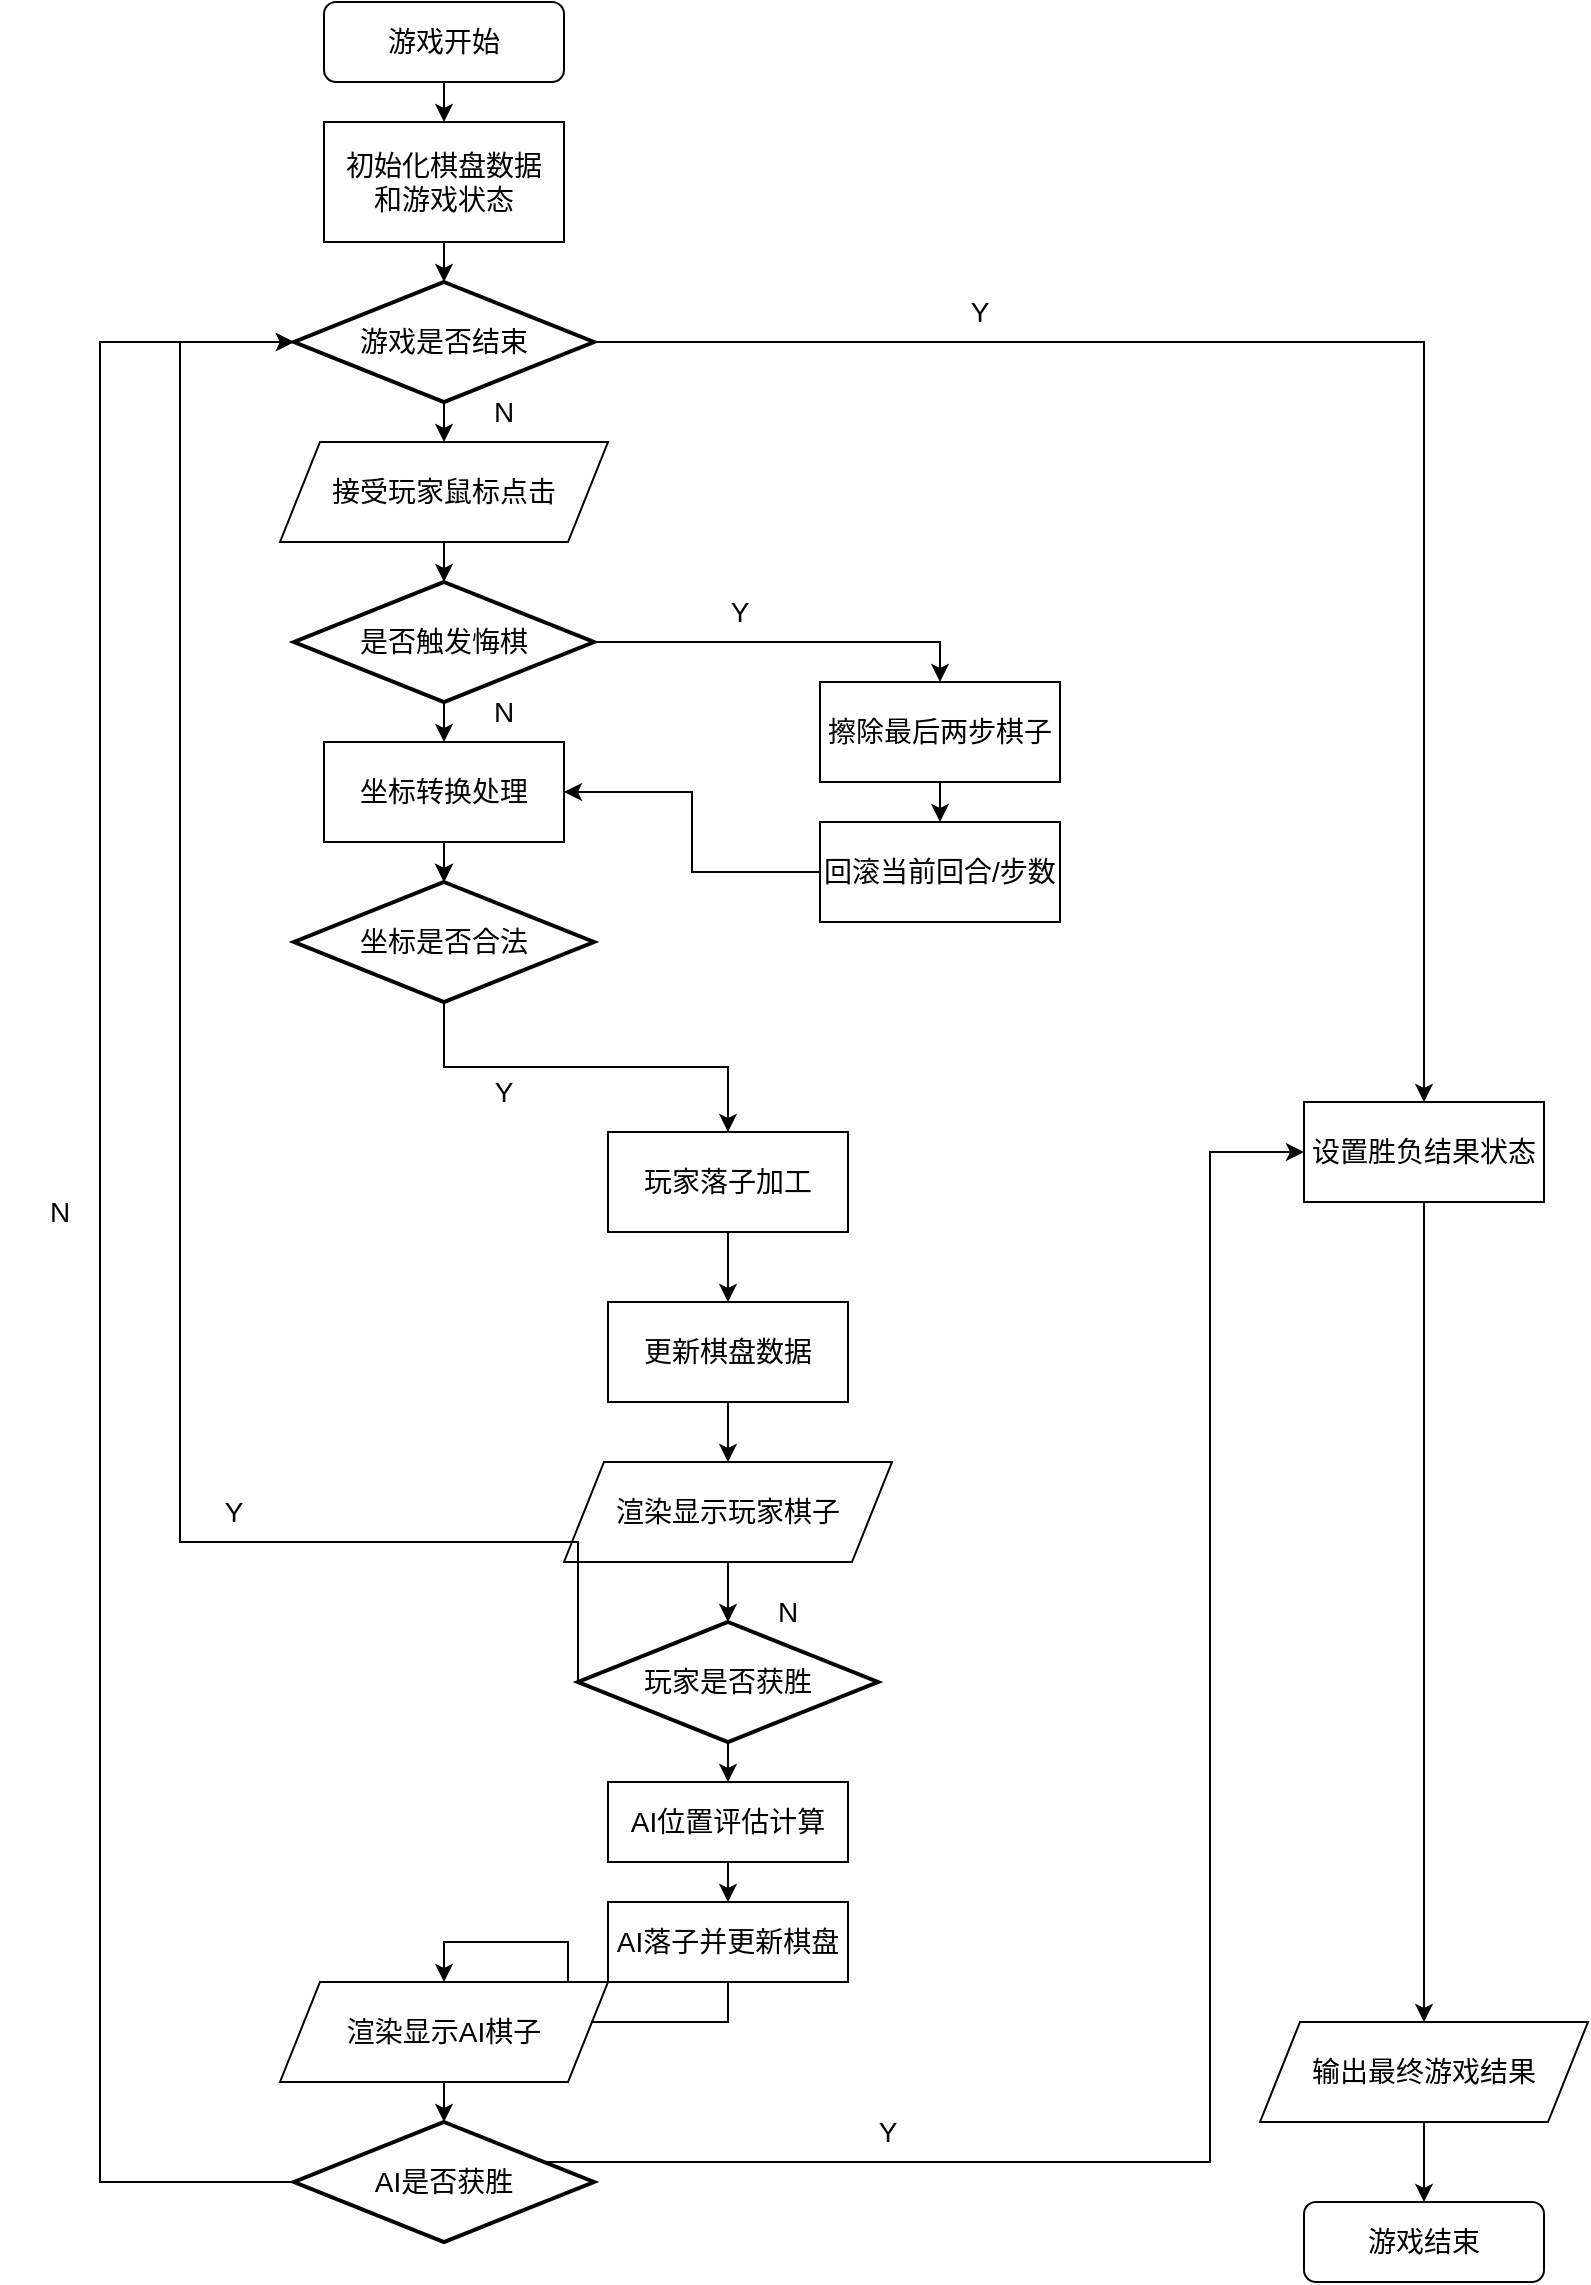
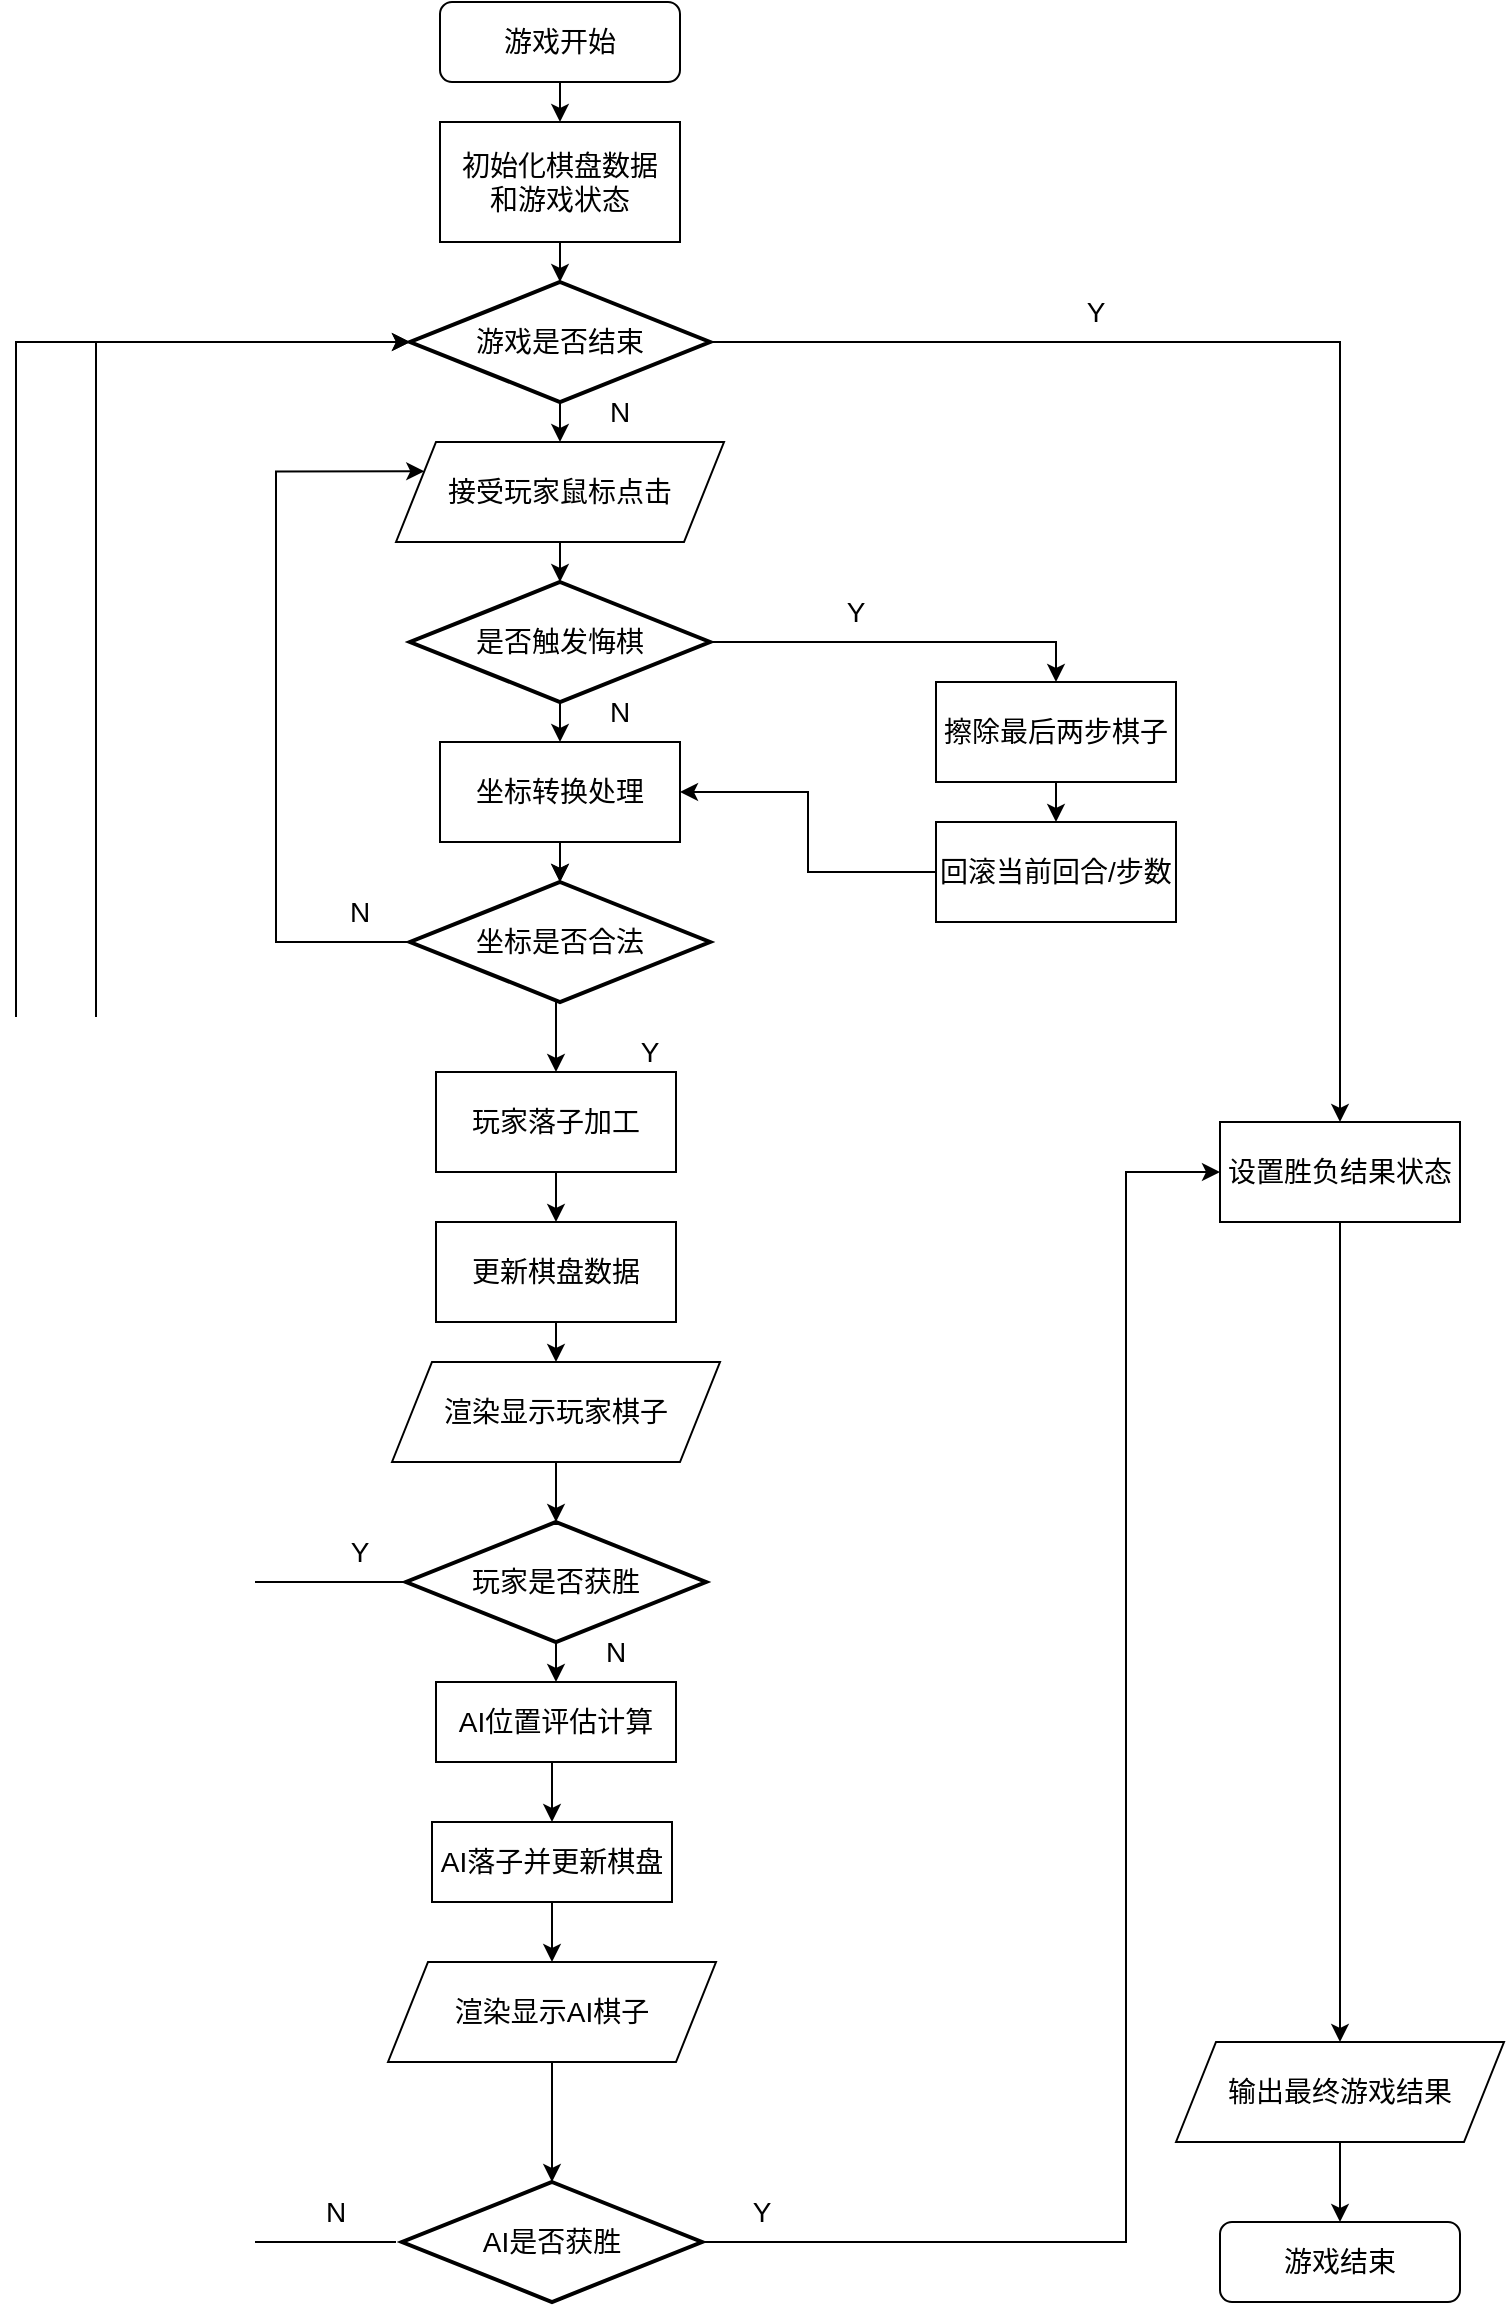
<mxfile host="app.diagrams.net">
  <diagram name="Page-1" id="Ut53iUmTTLsHKbGdxMO9">
    <mxGraphModel dx="2054" dy="1198" grid="1" gridSize="10" guides="1" tooltips="1" connect="1" arrows="1" fold="1" page="1" pageScale="1" pageWidth="827" pageHeight="1169" math="0" shadow="0">
      <root>
        <mxCell id="0" />
        <mxCell id="1" parent="0" />
        <mxCell id="LBzLqDpE-ghOYlSVNWWL-11" edge="1" parent="1" source="LBzLqDpE-ghOYlSVNWWL-4" style="edgeStyle=orthogonalEdgeStyle;rounded=0;orthogonalLoop=1;jettySize=auto;html=1;exitX=0.5;exitY=1;exitDx=0;exitDy=0;exitPerimeter=0;entryX=0.5;entryY=0;entryDx=0;entryDy=0;" target="LBzLqDpE-ghOYlSVNWWL-9">
          <mxGeometry relative="1" as="geometry" />
        </mxCell>
        <mxCell id="LBzLqDpE-ghOYlSVNWWL-51" edge="1" parent="1" source="LBzLqDpE-ghOYlSVNWWL-4" style="edgeStyle=orthogonalEdgeStyle;rounded=0;orthogonalLoop=1;jettySize=auto;html=1;exitX=1;exitY=0.5;exitDx=0;exitDy=0;exitPerimeter=0;entryX=0.5;entryY=0;entryDx=0;entryDy=0;" target="LBzLqDpE-ghOYlSVNWWL-45">
          <mxGeometry relative="1" as="geometry" />
        </mxCell>
        <mxCell id="LBzLqDpE-ghOYlSVNWWL-4" parent="1" style="strokeWidth=2;html=1;shape=mxgraph.flowchart.decision;whiteSpace=wrap;" value="&lt;font style=&quot;font-size: 14px;&quot;&gt;游戏是否结束&lt;/font&gt;" vertex="1">
-           <mxGeometry height="60" width="150" x="147" y="160" as="geometry" />
+           <mxGeometry height="60" width="150" x="247" y="150" as="geometry" />
        </mxCell>
        <mxCell id="LBzLqDpE-ghOYlSVNWWL-5" edge="1" parent="1" source="LBzLqDpE-ghOYlSVNWWL-6" style="edgeStyle=orthogonalEdgeStyle;rounded=0;orthogonalLoop=1;jettySize=auto;html=1;exitX=0.5;exitY=1;exitDx=0;exitDy=0;entryX=0.5;entryY=0;entryDx=0;entryDy=0;entryPerimeter=0;" target="LBzLqDpE-ghOYlSVNWWL-4">
          <mxGeometry relative="1" as="geometry">
-             <mxPoint x="342" y="210" as="sourcePoint" />
+             <mxPoint x="442" y="200" as="sourcePoint" />
          </mxGeometry>
        </mxCell>
        <mxCell id="LBzLqDpE-ghOYlSVNWWL-6" parent="1" style="rounded=0;whiteSpace=wrap;html=1;" value="&lt;font style=&quot;font-size: 14px;&quot;&gt;初始化棋盘数据&lt;/font&gt;&lt;div&gt;&lt;span style=&quot;font-size: 14px; background-color: transparent; color: light-dark(rgb(0, 0, 0), rgb(255, 255, 255));&quot;&gt;和游戏状态&lt;/span&gt;&lt;/div&gt;" vertex="1">
-           <mxGeometry height="60" width="120" x="162" y="80" as="geometry" />
+           <mxGeometry height="60" width="120" x="262" y="70" as="geometry" />
        </mxCell>
        <mxCell id="LBzLqDpE-ghOYlSVNWWL-8" edge="1" parent="1" source="LBzLqDpE-ghOYlSVNWWL-7" style="edgeStyle=orthogonalEdgeStyle;rounded=0;orthogonalLoop=1;jettySize=auto;html=1;exitX=0.5;exitY=1;exitDx=0;exitDy=0;entryX=0.5;entryY=0;entryDx=0;entryDy=0;" target="LBzLqDpE-ghOYlSVNWWL-6">
          <mxGeometry relative="1" as="geometry" />
        </mxCell>
        <mxCell id="LBzLqDpE-ghOYlSVNWWL-7" parent="1" style="rounded=1;whiteSpace=wrap;html=1;" value="&lt;font style=&quot;font-size: 14px;&quot;&gt;游戏开始&lt;/font&gt;" vertex="1">
-           <mxGeometry height="40" width="120" x="162" y="20" as="geometry" />
+           <mxGeometry height="40" width="120" x="262" y="10" as="geometry" />
        </mxCell>
        <mxCell id="LBzLqDpE-ghOYlSVNWWL-9" parent="1" style="shape=parallelogram;perimeter=parallelogramPerimeter;whiteSpace=wrap;html=1;fixedSize=1;" value="&lt;font style=&quot;font-size: 14px;&quot;&gt;接受玩家鼠标点击&lt;/font&gt;" vertex="1">
-           <mxGeometry height="50" width="164" x="140" y="240" as="geometry" />
+           <mxGeometry height="50" width="164" x="240" y="230" as="geometry" />
        </mxCell>
        <mxCell id="LBzLqDpE-ghOYlSVNWWL-12" parent="1" style="text;html=1;whiteSpace=wrap;strokeColor=none;fillColor=none;align=center;verticalAlign=middle;rounded=0;" value="&lt;font style=&quot;font-size: 14px;&quot;&gt;N&lt;/font&gt;" vertex="1">
-           <mxGeometry height="30" width="60" x="222" y="210" as="geometry" />
+           <mxGeometry height="30" width="60" x="322" y="200" as="geometry" />
        </mxCell>
        <mxCell id="LBzLqDpE-ghOYlSVNWWL-16" edge="1" parent="1" source="LBzLqDpE-ghOYlSVNWWL-13" style="edgeStyle=orthogonalEdgeStyle;rounded=0;orthogonalLoop=1;jettySize=auto;html=1;exitX=0.5;exitY=1;exitDx=0;exitDy=0;exitPerimeter=0;entryX=0.5;entryY=0;entryDx=0;entryDy=0;" target="LBzLqDpE-ghOYlSVNWWL-15">
          <mxGeometry relative="1" as="geometry" />
        </mxCell>
        <mxCell id="LBzLqDpE-ghOYlSVNWWL-47" edge="1" parent="1" source="LBzLqDpE-ghOYlSVNWWL-13" style="edgeStyle=orthogonalEdgeStyle;rounded=0;orthogonalLoop=1;jettySize=auto;html=1;exitX=1;exitY=0.5;exitDx=0;exitDy=0;exitPerimeter=0;entryX=0.5;entryY=0;entryDx=0;entryDy=0;" target="LBzLqDpE-ghOYlSVNWWL-46">
          <mxGeometry relative="1" as="geometry" />
        </mxCell>
        <mxCell id="LBzLqDpE-ghOYlSVNWWL-13" parent="1" style="strokeWidth=2;html=1;shape=mxgraph.flowchart.decision;whiteSpace=wrap;" value="&lt;font style=&quot;font-size: 14px;&quot;&gt;是否触发悔棋&lt;/font&gt;" vertex="1">
-           <mxGeometry height="60" width="150" x="147" y="310" as="geometry" />
+           <mxGeometry height="60" width="150" x="247" y="300" as="geometry" />
        </mxCell>
        <mxCell id="LBzLqDpE-ghOYlSVNWWL-14" edge="1" parent="1" source="LBzLqDpE-ghOYlSVNWWL-9" style="edgeStyle=orthogonalEdgeStyle;rounded=0;orthogonalLoop=1;jettySize=auto;html=1;exitX=0.5;exitY=1;exitDx=0;exitDy=0;entryX=0.5;entryY=0;entryDx=0;entryDy=0;entryPerimeter=0;" target="LBzLqDpE-ghOYlSVNWWL-13">
          <mxGeometry relative="1" as="geometry" />
        </mxCell>
-         <mxCell id="LBzLqDpE-ghOYlSVNWWL-28" edge="1" parent="1" source="LBzLqDpE-ghOYlSVNWWL-15" style="edgeStyle=orthogonalEdgeStyle;rounded=0;orthogonalLoop=1;jettySize=auto;html=1;entryX=0.5;entryY=0;entryDx=0;entryDy=0;entryPerimeter=0;" target="LBzLqDpE-ghOYlSVNWWL-18" value="">
-           <mxGeometry relative="1" as="geometry" />
+         <mxCell id="LBzLqDpE-ghOYlSVNWWL-28" edge="1" parent="1" source="LBzLqDpE-ghOYlSVNWWL-15" style="edgeStyle=orthogonalEdgeStyle;rounded=0;orthogonalLoop=1;jettySize=auto;html=1;entryX=0.5;entryY=0;entryDx=0;entryDy=0;entryPerimeter=0;" value="">
+           <mxGeometry relative="1" as="geometry">
+             <mxPoint x="322" y="450" as="targetPoint" />
+           </mxGeometry>
        </mxCell>
        <mxCell id="LBzLqDpE-ghOYlSVNWWL-15" parent="1" style="rounded=0;whiteSpace=wrap;html=1;" value="&lt;font style=&quot;font-size: 14px;&quot;&gt;坐标转换处理&lt;/font&gt;" vertex="1">
-           <mxGeometry height="50" width="120" x="162" y="390" as="geometry" />
+           <mxGeometry height="50" width="120" x="262" y="380" as="geometry" />
        </mxCell>
        <mxCell id="LBzLqDpE-ghOYlSVNWWL-17" parent="1" style="text;html=1;whiteSpace=wrap;strokeColor=none;fillColor=none;align=center;verticalAlign=middle;rounded=0;" value="&lt;font style=&quot;font-size: 14px;&quot;&gt;N&lt;/font&gt;" vertex="1">
-           <mxGeometry height="30" width="60" x="222" y="360" as="geometry" />
-         </mxCell>
-         <mxCell id="LBzLqDpE-ghOYlSVNWWL-22" edge="1" parent="1" source="LBzLqDpE-ghOYlSVNWWL-18" style="edgeStyle=orthogonalEdgeStyle;rounded=0;orthogonalLoop=1;jettySize=auto;html=1;exitX=0.5;exitY=1;exitDx=0;exitDy=0;exitPerimeter=0;entryX=0.5;entryY=0;entryDx=0;entryDy=0;" target="LBzLqDpE-ghOYlSVNWWL-21">
-           <mxGeometry relative="1" as="geometry" />
+           <mxGeometry height="30" width="60" x="322" y="350" as="geometry" />
+         </mxCell>
+         <mxCell id="LBzLqDpE-ghOYlSVNWWL-22" edge="1" parent="1" source="LBzLqDpE-ghOYlSVNWWL-18" style="rounded=0;orthogonalLoop=1;jettySize=auto;html=1;exitX=0.5;exitY=1;exitDx=0;exitDy=0;exitPerimeter=0;entryX=0.5;entryY=0;entryDx=0;entryDy=0;edgeStyle=orthogonalEdgeStyle;" target="LBzLqDpE-ghOYlSVNWWL-21">
+           <mxGeometry relative="1" as="geometry" />
+         </mxCell>
+         <mxCell id="LBzLqDpE-ghOYlSVNWWL-72" edge="1" parent="1" source="LBzLqDpE-ghOYlSVNWWL-18" style="edgeStyle=orthogonalEdgeStyle;rounded=0;orthogonalLoop=1;jettySize=auto;html=1;exitX=0;exitY=0.5;exitDx=0;exitDy=0;exitPerimeter=0;entryX=0;entryY=0.25;entryDx=0;entryDy=0;" target="LBzLqDpE-ghOYlSVNWWL-9">
+           <mxGeometry relative="1" as="geometry">
+             <Array as="points">
+               <mxPoint x="180" y="480" />
+               <mxPoint x="180" y="245" />
+             </Array>
+             <mxPoint x="200" y="535" as="targetPoint" />
+           </mxGeometry>
        </mxCell>
        <mxCell id="LBzLqDpE-ghOYlSVNWWL-18" parent="1" style="strokeWidth=2;html=1;shape=mxgraph.flowchart.decision;whiteSpace=wrap;" value="&lt;font style=&quot;font-size: 14px;&quot;&gt;坐标是否合法&lt;/font&gt;" vertex="1">
-           <mxGeometry height="60" width="150" x="147" y="460" as="geometry" />
-         </mxCell>
-         <mxCell id="LBzLqDpE-ghOYlSVNWWL-20" edge="1" parent="1" source="LBzLqDpE-ghOYlSVNWWL-15" style="edgeStyle=orthogonalEdgeStyle;rounded=0;orthogonalLoop=1;jettySize=auto;html=1;exitX=0.5;exitY=1;exitDx=0;exitDy=0;entryX=0.5;entryY=0;entryDx=0;entryDy=0;entryPerimeter=0;" target="LBzLqDpE-ghOYlSVNWWL-18">
-           <mxGeometry relative="1" as="geometry" />
+           <mxGeometry height="60" width="150" x="247" y="450" as="geometry" />
+         </mxCell>
+         <mxCell id="LBzLqDpE-ghOYlSVNWWL-20" edge="1" parent="1" source="LBzLqDpE-ghOYlSVNWWL-15" style="edgeStyle=orthogonalEdgeStyle;rounded=0;orthogonalLoop=1;jettySize=auto;html=1;exitX=0.5;exitY=1;exitDx=0;exitDy=0;entryX=0.5;entryY=0;entryDx=0;entryDy=0;entryPerimeter=0;">
+           <mxGeometry relative="1" as="geometry">
+             <mxPoint x="322" y="450" as="targetPoint" />
+           </mxGeometry>
        </mxCell>
        <mxCell id="LBzLqDpE-ghOYlSVNWWL-25" edge="1" parent="1" source="LBzLqDpE-ghOYlSVNWWL-21" style="edgeStyle=orthogonalEdgeStyle;rounded=0;orthogonalLoop=1;jettySize=auto;html=1;exitX=0.5;exitY=1;exitDx=0;exitDy=0;entryX=0.5;entryY=0;entryDx=0;entryDy=0;" target="LBzLqDpE-ghOYlSVNWWL-24">
          <mxGeometry relative="1" as="geometry" />
        </mxCell>
        <mxCell id="LBzLqDpE-ghOYlSVNWWL-21" parent="1" style="rounded=0;whiteSpace=wrap;html=1;" value="&lt;font style=&quot;font-size: 14px;&quot;&gt;玩家落子加工&lt;/font&gt;" vertex="1">
-           <mxGeometry height="50" width="120" x="304" y="585" as="geometry" />
+           <mxGeometry height="50" width="120" x="260" y="545" as="geometry" />
        </mxCell>
        <mxCell id="LBzLqDpE-ghOYlSVNWWL-23" parent="1" style="text;html=1;whiteSpace=wrap;strokeColor=none;fillColor=none;align=center;verticalAlign=middle;rounded=0;" value="&lt;font style=&quot;font-size: 14px;&quot;&gt;Y&lt;/font&gt;" vertex="1">
-           <mxGeometry height="30" width="60" x="222" y="550" as="geometry" />
+           <mxGeometry height="30" width="60" x="337" y="520" as="geometry" />
        </mxCell>
        <mxCell id="LBzLqDpE-ghOYlSVNWWL-27" edge="1" parent="1" source="LBzLqDpE-ghOYlSVNWWL-24" style="edgeStyle=orthogonalEdgeStyle;rounded=0;orthogonalLoop=1;jettySize=auto;html=1;exitX=0.5;exitY=1;exitDx=0;exitDy=0;entryX=0.5;entryY=0;entryDx=0;entryDy=0;" target="LBzLqDpE-ghOYlSVNWWL-26">
          <mxGeometry relative="1" as="geometry" />
        </mxCell>
        <mxCell id="LBzLqDpE-ghOYlSVNWWL-24" parent="1" style="rounded=0;whiteSpace=wrap;html=1;" value="&lt;font style=&quot;font-size: 14px;&quot;&gt;更新棋盘数据&lt;/font&gt;" vertex="1">
-           <mxGeometry height="50" width="120" x="304" y="670" as="geometry" />
+           <mxGeometry height="50" width="120" x="260" y="620" as="geometry" />
        </mxCell>
        <mxCell id="LBzLqDpE-ghOYlSVNWWL-26" parent="1" style="shape=parallelogram;perimeter=parallelogramPerimeter;whiteSpace=wrap;html=1;fixedSize=1;" value="&lt;font style=&quot;font-size: 14px;&quot;&gt;渲染显示玩家棋子&lt;/font&gt;" vertex="1">
-           <mxGeometry height="50" width="164" x="282" y="750" as="geometry" />
+           <mxGeometry height="50" width="164" x="238" y="690" as="geometry" />
        </mxCell>
        <mxCell id="LBzLqDpE-ghOYlSVNWWL-33" edge="1" parent="1" source="LBzLqDpE-ghOYlSVNWWL-30" style="edgeStyle=orthogonalEdgeStyle;rounded=0;orthogonalLoop=1;jettySize=auto;html=1;exitX=0.5;exitY=1;exitDx=0;exitDy=0;exitPerimeter=0;entryX=0.5;entryY=0;entryDx=0;entryDy=0;" target="LBzLqDpE-ghOYlSVNWWL-32">
          <mxGeometry relative="1" as="geometry" />
        </mxCell>
        <mxCell id="LBzLqDpE-ghOYlSVNWWL-30" parent="1" style="strokeWidth=2;html=1;shape=mxgraph.flowchart.decision;whiteSpace=wrap;" value="&lt;font style=&quot;font-size: 14px;&quot;&gt;玩家是否获胜&lt;/font&gt;" vertex="1">
-           <mxGeometry height="60" width="150" x="289" y="830" as="geometry" />
+           <mxGeometry height="60" width="150" x="245" y="770" as="geometry" />
        </mxCell>
        <mxCell id="LBzLqDpE-ghOYlSVNWWL-31" edge="1" parent="1" source="LBzLqDpE-ghOYlSVNWWL-26" style="edgeStyle=orthogonalEdgeStyle;rounded=0;orthogonalLoop=1;jettySize=auto;html=1;exitX=0.5;exitY=1;exitDx=0;exitDy=0;entryX=0.5;entryY=0;entryDx=0;entryDy=0;entryPerimeter=0;" target="LBzLqDpE-ghOYlSVNWWL-30">
          <mxGeometry relative="1" as="geometry" />
        </mxCell>
        <mxCell id="LBzLqDpE-ghOYlSVNWWL-37" edge="1" parent="1" source="LBzLqDpE-ghOYlSVNWWL-32" style="edgeStyle=orthogonalEdgeStyle;rounded=0;orthogonalLoop=1;jettySize=auto;html=1;exitX=0.5;exitY=1;exitDx=0;exitDy=0;entryX=0.5;entryY=0;entryDx=0;entryDy=0;" target="LBzLqDpE-ghOYlSVNWWL-35">
          <mxGeometry relative="1" as="geometry" />
        </mxCell>
        <mxCell id="LBzLqDpE-ghOYlSVNWWL-32" parent="1" style="rounded=0;whiteSpace=wrap;html=1;" value="&lt;font style=&quot;font-size: 14px;&quot;&gt;AI位置评估计算&lt;/font&gt;" vertex="1">
-           <mxGeometry height="40" width="120" x="304" y="910" as="geometry" />
+           <mxGeometry height="40" width="120" x="260" y="850" as="geometry" />
        </mxCell>
        <mxCell id="LBzLqDpE-ghOYlSVNWWL-34" parent="1" style="text;html=1;whiteSpace=wrap;strokeColor=none;fillColor=none;align=center;verticalAlign=middle;rounded=0;" value="&lt;font style=&quot;font-size: 14px;&quot;&gt;N&lt;/font&gt;" vertex="1">
-           <mxGeometry height="30" width="60" x="364" y="810" as="geometry" />
+           <mxGeometry height="30" width="60" x="320" y="820" as="geometry" />
        </mxCell>
        <mxCell id="LBzLqDpE-ghOYlSVNWWL-39" edge="1" parent="1" source="LBzLqDpE-ghOYlSVNWWL-35" style="edgeStyle=orthogonalEdgeStyle;rounded=0;orthogonalLoop=1;jettySize=auto;html=1;exitX=0.5;exitY=1;exitDx=0;exitDy=0;entryX=0.5;entryY=0;entryDx=0;entryDy=0;" target="LBzLqDpE-ghOYlSVNWWL-38">
          <mxGeometry relative="1" as="geometry" />
        </mxCell>
        <mxCell id="LBzLqDpE-ghOYlSVNWWL-35" parent="1" style="rounded=0;whiteSpace=wrap;html=1;" value="&lt;font style=&quot;font-size: 14px;&quot;&gt;AI落子并更新棋盘&lt;/font&gt;" vertex="1">
-           <mxGeometry height="40" width="120" x="304" y="970" as="geometry" />
+           <mxGeometry height="40" width="120" x="258" y="920" as="geometry" />
        </mxCell>
        <mxCell id="LBzLqDpE-ghOYlSVNWWL-38" parent="1" style="shape=parallelogram;perimeter=parallelogramPerimeter;whiteSpace=wrap;html=1;fixedSize=1;" value="&lt;font style=&quot;font-size: 14px;&quot;&gt;渲染显示AI棋子&lt;/font&gt;" vertex="1">
-           <mxGeometry height="50" width="164" x="140" y="1010" as="geometry" />
-         </mxCell>
-         <mxCell id="LBzLqDpE-ghOYlSVNWWL-68" edge="1" parent="1" style="edgeStyle=orthogonalEdgeStyle;rounded=0;orthogonalLoop=1;jettySize=auto;html=1;exitX=1;exitY=0.5;exitDx=0;exitDy=0;exitPerimeter=0;entryX=0;entryY=0.5;entryDx=0;entryDy=0;" target="LBzLqDpE-ghOYlSVNWWL-45">
-           <mxGeometry relative="1" as="geometry">
-             <Array as="points">
-               <mxPoint x="605" y="1100" />
+           <mxGeometry height="50" width="164" x="236" y="990" as="geometry" />
+         </mxCell>
+         <mxCell id="LBzLqDpE-ghOYlSVNWWL-68" edge="1" parent="1" source="LBzLqDpE-ghOYlSVNWWL-40" style="edgeStyle=orthogonalEdgeStyle;rounded=0;orthogonalLoop=1;jettySize=auto;html=1;exitX=1;exitY=0.5;exitDx=0;exitDy=0;exitPerimeter=0;entryX=0;entryY=0.5;entryDx=0;entryDy=0;" target="LBzLqDpE-ghOYlSVNWWL-45">
+           <mxGeometry relative="1" as="geometry">
+             <Array as="points">
+               <mxPoint x="605" y="1130" />
              <mxPoint x="605" y="595" />
            </Array>
            <mxPoint x="250" y="1100" as="sourcePoint" />
            <mxPoint x="605" y="585" as="targetPoint" />
          </mxGeometry>
        </mxCell>
        <mxCell id="LBzLqDpE-ghOYlSVNWWL-40" parent="1" style="strokeWidth=2;html=1;shape=mxgraph.flowchart.decision;whiteSpace=wrap;" value="&lt;font style=&quot;font-size: 14px;&quot;&gt;AI是否获胜&lt;/font&gt;" vertex="1">
-           <mxGeometry height="60" width="150" x="147" y="1080" as="geometry" />
+           <mxGeometry height="60" width="150" x="243" y="1100" as="geometry" />
        </mxCell>
        <mxCell id="LBzLqDpE-ghOYlSVNWWL-41" edge="1" parent="1" source="LBzLqDpE-ghOYlSVNWWL-38" style="edgeStyle=orthogonalEdgeStyle;rounded=0;orthogonalLoop=1;jettySize=auto;html=1;exitX=0.5;exitY=1;exitDx=0;exitDy=0;entryX=0.5;entryY=0;entryDx=0;entryDy=0;entryPerimeter=0;" target="LBzLqDpE-ghOYlSVNWWL-40">
          <mxGeometry relative="1" as="geometry" />
        </mxCell>
        <mxCell id="LBzLqDpE-ghOYlSVNWWL-55" edge="1" parent="1" source="LBzLqDpE-ghOYlSVNWWL-42" style="edgeStyle=orthogonalEdgeStyle;rounded=0;orthogonalLoop=1;jettySize=auto;html=1;exitX=0.5;exitY=1;exitDx=0;exitDy=0;entryX=0.5;entryY=0;entryDx=0;entryDy=0;" target="LBzLqDpE-ghOYlSVNWWL-43">
          <mxGeometry relative="1" as="geometry" />
        </mxCell>
        <mxCell id="LBzLqDpE-ghOYlSVNWWL-42" parent="1" style="shape=parallelogram;perimeter=parallelogramPerimeter;whiteSpace=wrap;html=1;fixedSize=1;" value="&lt;font style=&quot;font-size: 14px;&quot;&gt;输出最终游戏结果&lt;/font&gt;" vertex="1">
          <mxGeometry height="50" width="164" x="630" y="1030" as="geometry" />
        </mxCell>
        <mxCell id="LBzLqDpE-ghOYlSVNWWL-43" parent="1" style="rounded=1;whiteSpace=wrap;html=1;" value="&lt;font style=&quot;font-size: 14px;&quot;&gt;游戏结束&lt;/font&gt;" vertex="1">
          <mxGeometry height="40" width="120" x="652" y="1120" as="geometry" />
        </mxCell>
        <mxCell id="LBzLqDpE-ghOYlSVNWWL-54" edge="1" parent="1" source="LBzLqDpE-ghOYlSVNWWL-45" style="edgeStyle=orthogonalEdgeStyle;rounded=0;orthogonalLoop=1;jettySize=auto;html=1;exitX=0.5;exitY=1;exitDx=0;exitDy=0;entryX=0.5;entryY=0;entryDx=0;entryDy=0;" target="LBzLqDpE-ghOYlSVNWWL-42">
          <mxGeometry relative="1" as="geometry" />
        </mxCell>
        <mxCell id="LBzLqDpE-ghOYlSVNWWL-45" parent="1" style="rounded=0;whiteSpace=wrap;html=1;" value="&lt;font style=&quot;font-size: 14px;&quot;&gt;设置胜负结果状态&lt;/font&gt;" vertex="1">
          <mxGeometry height="50" width="120" x="652" y="570" as="geometry" />
        </mxCell>
        <mxCell id="LBzLqDpE-ghOYlSVNWWL-53" edge="1" parent="1" source="LBzLqDpE-ghOYlSVNWWL-46" style="edgeStyle=orthogonalEdgeStyle;rounded=0;orthogonalLoop=1;jettySize=auto;html=1;exitX=0.5;exitY=1;exitDx=0;exitDy=0;entryX=0.5;entryY=0;entryDx=0;entryDy=0;" target="LBzLqDpE-ghOYlSVNWWL-50">
          <mxGeometry relative="1" as="geometry" />
        </mxCell>
        <mxCell id="LBzLqDpE-ghOYlSVNWWL-46" parent="1" style="rounded=0;whiteSpace=wrap;html=1;" value="&lt;font style=&quot;font-size: 14px;&quot;&gt;擦除最后两步棋子&lt;/font&gt;" vertex="1">
-           <mxGeometry height="50" width="120" x="410" y="360" as="geometry" />
+           <mxGeometry height="50" width="120" x="510" y="350" as="geometry" />
        </mxCell>
        <mxCell id="LBzLqDpE-ghOYlSVNWWL-48" parent="1" style="text;html=1;whiteSpace=wrap;strokeColor=none;fillColor=none;align=center;verticalAlign=middle;rounded=0;" value="&lt;font style=&quot;font-size: 14px;&quot;&gt;Y&lt;/font&gt;" vertex="1">
-           <mxGeometry height="30" width="60" x="340" y="310" as="geometry" />
+           <mxGeometry height="30" width="60" x="440" y="300" as="geometry" />
        </mxCell>
        <mxCell id="LBzLqDpE-ghOYlSVNWWL-64" edge="1" parent="1" source="LBzLqDpE-ghOYlSVNWWL-50" style="edgeStyle=orthogonalEdgeStyle;rounded=0;orthogonalLoop=1;jettySize=auto;html=1;exitX=0;exitY=0.5;exitDx=0;exitDy=0;entryX=1;entryY=0.5;entryDx=0;entryDy=0;" target="LBzLqDpE-ghOYlSVNWWL-15">
          <mxGeometry relative="1" as="geometry" />
        </mxCell>
        <mxCell id="LBzLqDpE-ghOYlSVNWWL-50" parent="1" style="rounded=0;whiteSpace=wrap;html=1;" value="&lt;font style=&quot;font-size: 14px;&quot;&gt;回滚当前回合/步数&lt;/font&gt;" vertex="1">
-           <mxGeometry height="50" width="120" x="410" y="430" as="geometry" />
+           <mxGeometry height="50" width="120" x="510" y="420" as="geometry" />
        </mxCell>
        <mxCell id="LBzLqDpE-ghOYlSVNWWL-52" parent="1" style="text;html=1;whiteSpace=wrap;strokeColor=none;fillColor=none;align=center;verticalAlign=middle;rounded=0;" value="&lt;font style=&quot;font-size: 14px;&quot;&gt;Y&lt;/font&gt;" vertex="1">
-           <mxGeometry height="30" width="60" x="460" y="160" as="geometry" />
-         </mxCell>
-         <mxCell id="LBzLqDpE-ghOYlSVNWWL-57" edge="1" parent="1" source="LBzLqDpE-ghOYlSVNWWL-40" style="edgeStyle=orthogonalEdgeStyle;rounded=0;orthogonalLoop=1;jettySize=auto;html=1;entryX=0;entryY=0.5;entryDx=0;entryDy=0;entryPerimeter=0;exitX=0;exitY=0.5;exitDx=0;exitDy=0;exitPerimeter=0;" target="LBzLqDpE-ghOYlSVNWWL-4">
-           <mxGeometry relative="1" as="geometry">
-             <Array as="points">
-               <mxPoint x="50" y="1110" />
-               <mxPoint x="50" y="190" />
+           <mxGeometry height="30" width="60" x="560" y="150" as="geometry" />
+         </mxCell>
+         <mxCell id="LBzLqDpE-ghOYlSVNWWL-57" edge="1" parent="1" source="LBzLqDpE-ghOYlSVNWWL-58" style="edgeStyle=orthogonalEdgeStyle;rounded=0;orthogonalLoop=1;jettySize=auto;html=1;entryX=0;entryY=0.5;entryDx=0;entryDy=0;entryPerimeter=0;exitX=1;exitY=1;exitDx=0;exitDy=0;" target="LBzLqDpE-ghOYlSVNWWL-4">
+           <mxGeometry relative="1" as="geometry">
+             <Array as="points">
+               <mxPoint x="50" y="1130" />
+               <mxPoint x="50" y="180" />
            </Array>
            <mxPoint x="150" y="1060" as="sourcePoint" />
            <mxPoint x="127" y="190" as="targetPoint" />
          </mxGeometry>
        </mxCell>
+         <mxCell id="LBzLqDpE-ghOYlSVNWWL-60" parent="1" style="text;html=1;whiteSpace=wrap;strokeColor=none;fillColor=none;align=center;verticalAlign=middle;rounded=0;" value="&lt;font style=&quot;font-size: 14px;&quot;&gt;Y&lt;/font&gt;" vertex="1">
+           <mxGeometry height="30" width="60" x="393" y="1100" as="geometry" />
+         </mxCell>
+         <mxCell id="LBzLqDpE-ghOYlSVNWWL-62" edge="1" parent="1" source="LBzLqDpE-ghOYlSVNWWL-30" style="edgeStyle=orthogonalEdgeStyle;rounded=0;orthogonalLoop=1;jettySize=auto;html=1;exitX=0;exitY=0.5;exitDx=0;exitDy=0;exitPerimeter=0;entryX=0;entryY=0.5;entryDx=0;entryDy=0;entryPerimeter=0;" target="LBzLqDpE-ghOYlSVNWWL-4">
+           <mxGeometry relative="1" as="geometry">
+             <Array as="points">
+               <mxPoint x="90" y="800" />
+               <mxPoint x="90" y="180" />
+             </Array>
+           </mxGeometry>
+         </mxCell>
+         <mxCell id="LBzLqDpE-ghOYlSVNWWL-63" parent="1" style="text;html=1;whiteSpace=wrap;strokeColor=none;fillColor=none;align=center;verticalAlign=middle;rounded=0;" value="&lt;font style=&quot;font-size: 14px;&quot;&gt;Y&lt;/font&gt;" vertex="1">
+           <mxGeometry height="30" width="60" x="192" y="770" as="geometry" />
+         </mxCell>
+         <mxCell id="LBzLqDpE-ghOYlSVNWWL-73" parent="1" style="text;html=1;whiteSpace=wrap;strokeColor=none;fillColor=none;align=center;verticalAlign=middle;rounded=0;" value="&lt;font style=&quot;font-size: 14px;&quot;&gt;N&lt;/font&gt;" vertex="1">
+           <mxGeometry height="30" width="60" x="192" y="450" as="geometry" />
+         </mxCell>
        <mxCell id="LBzLqDpE-ghOYlSVNWWL-58" parent="1" style="text;html=1;whiteSpace=wrap;strokeColor=none;fillColor=none;align=center;verticalAlign=middle;rounded=0;" value="&lt;font style=&quot;font-size: 14px;&quot;&gt;N&lt;/font&gt;" vertex="1">
-           <mxGeometry height="30" width="60" y="610" as="geometry" />
-         </mxCell>
-         <mxCell id="LBzLqDpE-ghOYlSVNWWL-60" parent="1" style="text;html=1;whiteSpace=wrap;strokeColor=none;fillColor=none;align=center;verticalAlign=middle;rounded=0;" value="&lt;font style=&quot;font-size: 14px;&quot;&gt;Y&lt;/font&gt;" vertex="1">
-           <mxGeometry height="30" width="60" x="414" y="1070" as="geometry" />
-         </mxCell>
-         <mxCell id="LBzLqDpE-ghOYlSVNWWL-62" edge="1" parent="1" source="LBzLqDpE-ghOYlSVNWWL-30" style="edgeStyle=orthogonalEdgeStyle;rounded=0;orthogonalLoop=1;jettySize=auto;html=1;exitX=0;exitY=0.5;exitDx=0;exitDy=0;exitPerimeter=0;entryX=0;entryY=0.5;entryDx=0;entryDy=0;entryPerimeter=0;" target="LBzLqDpE-ghOYlSVNWWL-4">
-           <mxGeometry relative="1" as="geometry">
-             <Array as="points">
-               <mxPoint x="90" y="790" />
-               <mxPoint x="90" y="190" />
-             </Array>
-           </mxGeometry>
-         </mxCell>
-         <mxCell id="LBzLqDpE-ghOYlSVNWWL-63" parent="1" style="text;html=1;whiteSpace=wrap;strokeColor=none;fillColor=none;align=center;verticalAlign=middle;rounded=0;" value="&lt;font style=&quot;font-size: 14px;&quot;&gt;Y&lt;/font&gt;" vertex="1">
-           <mxGeometry height="30" width="60" x="87" y="760" as="geometry" />
+           <mxGeometry height="30" width="60" x="180" y="1100" as="geometry" />
        </mxCell>
      </root>
    </mxGraphModel>
  </diagram>
</mxfile>
